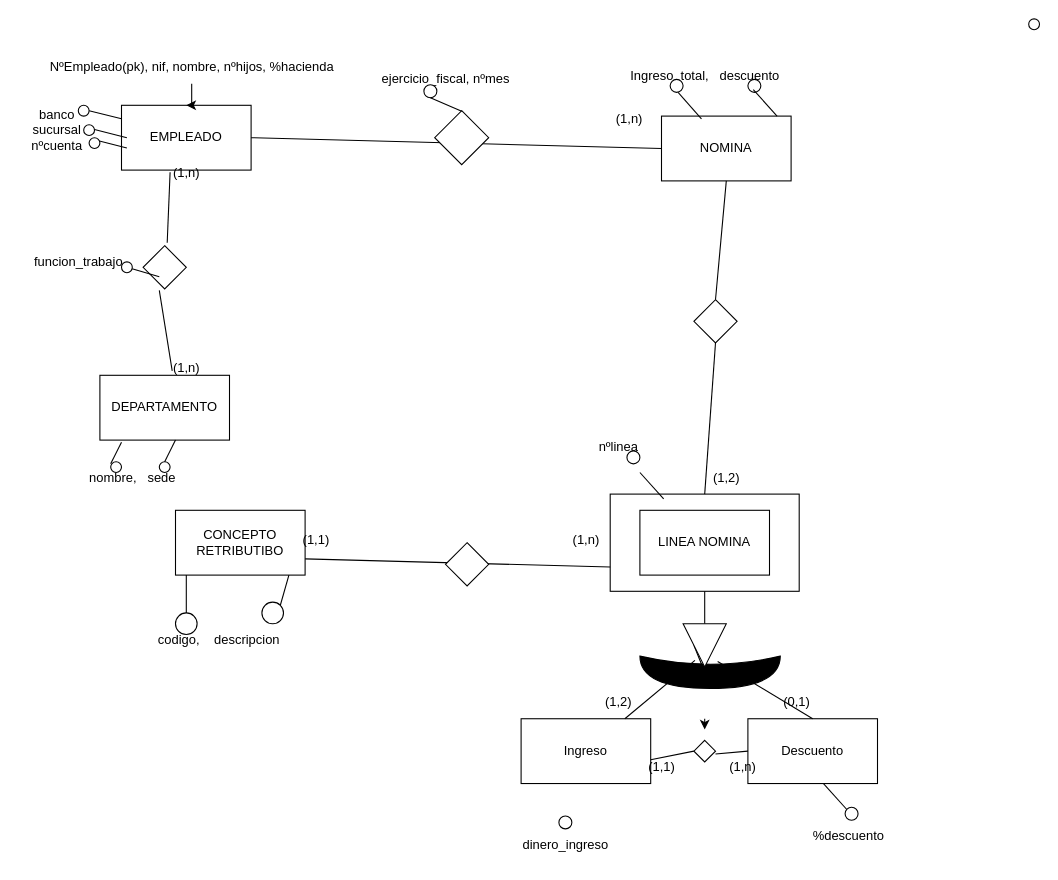
The draw.io diagram 2.20.drawio in rubensp2811/BBDD, before the edit. Source tidied: cells renumbered, new cells numbered last; positions are measured from the earlier drawing's top-left corner, leaving out a move shared by most shapes. Both pictures are drawn from the tidied source at 108%, with x=0, y=0 at pixel (18, 18).
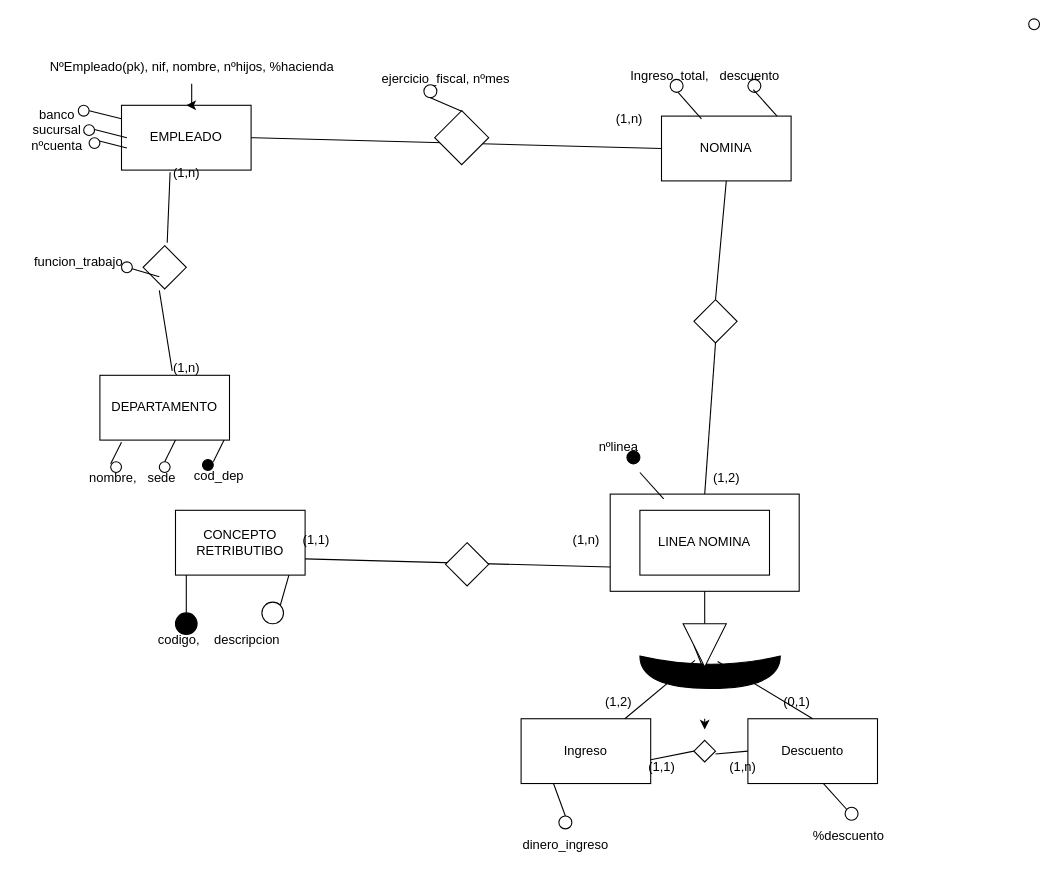
Above is the later version.

The change refers to these unchanged cells:
```xml
<mxCell id="68" style="ellipse;whiteSpace=wrap;html=1;" parent="1" vertex="1">
  <mxGeometry x="500" y="738" width="12" height="12" as="geometry" />
</mxCell>
```

Change to the diagram source:
```diff
@@
-    <mxCell id="49" style="ellipse;whiteSpace=wrap;html=1;" parent="1" vertex="1">
+    <mxCell id="49" style="ellipse;whiteSpace=wrap;html=1;fillColor=#000000;" parent="1" vertex="1">
       <mxGeometry x="145" y="550" width="20" height="20" as="geometry" />
     </mxCell>
@@
-    <mxCell id="67" style="ellipse;whiteSpace=wrap;html=1;" parent="1" vertex="1">
+    <mxCell id="67" style="ellipse;whiteSpace=wrap;html=1;fillColor=#000000;" parent="1" vertex="1">
       <mxGeometry x="563" y="400" width="12" height="12" as="geometry" />
     </mxCell>
@@
+    <mxCell id="80" style="endArrow=none;html=1;rounded=0;entryX=0.5;entryY=0;entryDx=0;entryDy=0;exitX=0.346;exitY=1.004;exitDx=0;exitDy=0;exitPerimeter=0;" parent="1" edge="1" target="68">
+      <mxGeometry relative="1" as="geometry">
+        <mxPoint x="495" y="708" as="sourcePoint" />
+      </mxGeometry>
+    </mxCell>
+    <mxCell id="81" value="cod_dep" style="text;html=1;align=center;verticalAlign=middle;strokeColor=none;fillColor=none;" parent="1" vertex="1">
+      <mxGeometry x="150" y="408" width="70" height="30" as="geometry" />
+    </mxCell>
+    <mxCell id="82" style="endArrow=none;html=1;rounded=0;exitX=0.5;exitY=0;exitDx=0;exitDy=0;" parent="1" edge="1">
+      <mxGeometry relative="1" as="geometry">
+        <mxPoint x="180" y="410" as="sourcePoint" />
+        <mxPoint x="190" y="390" as="targetPoint" />
+      </mxGeometry>
+    </mxCell>
+    <mxCell id="83" style="ellipse;whiteSpace=wrap;html=1;fillColor=#000000;" parent="1" vertex="1">
+      <mxGeometry x="170" y="408" width="10" height="10" as="geometry" />
+    </mxCell>
```
